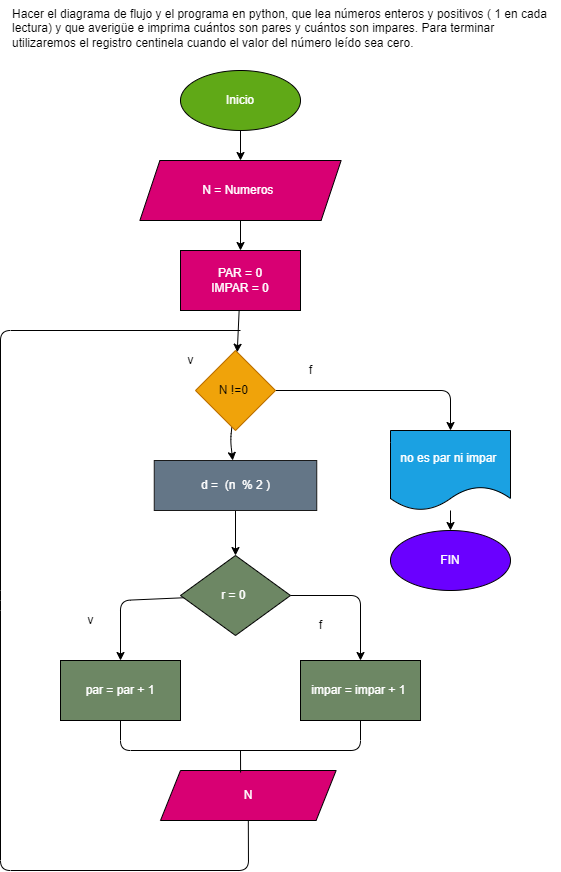
Before: Diagrama.png, a diagram exported from draw.io (n4ncy27/-Regitro_centinela_2_). Source tidied: cells renumbered, new cells last; positions are measured from the earlier drawing's top-left corner, leaving out a move shared by most shapes.
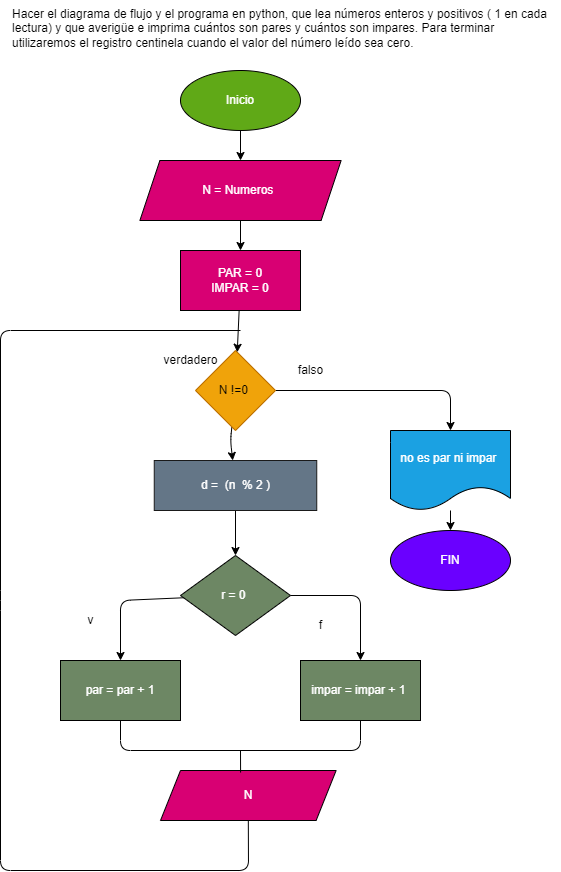
After the change.

Commit message:
EJERCICIO-PAAR_IMPAR

The edit, as a diff of the source:
```diff
@@ -87,11 +87,11 @@
     <mxCell id="24" value="f" style="text;html=1;align=center;verticalAlign=middle;strokeColor=none;fillColor=none;" parent="1" vertex="1">
       <mxGeometry x="310" y="615" width="20" height="20" as="geometry" />
     </mxCell>
-    <mxCell id="25" value="f" style="text;html=1;align=center;verticalAlign=middle;strokeColor=none;fillColor=none;" parent="1" vertex="1">
-      <mxGeometry x="300" y="360" width="20" height="20" as="geometry" />
+    <mxCell id="25" value="falso" style="text;html=1;align=center;verticalAlign=middle;strokeColor=none;fillColor=none;" parent="1" vertex="1">
+      <mxGeometry x="290" y="360" width="40" height="20" as="geometry" />
     </mxCell>
-    <mxCell id="26" value="v" style="text;html=1;align=center;verticalAlign=middle;strokeColor=none;fillColor=none;" parent="1" vertex="1">
-      <mxGeometry x="180" y="350" width="20" height="20" as="geometry" />
+    <mxCell id="26" value="verdadero" style="text;html=1;align=center;verticalAlign=middle;strokeColor=none;fillColor=none;" parent="1" vertex="1">
+      <mxGeometry x="155" y="350" width="70" height="20" as="geometry" />
     </mxCell>
     <mxCell id="27" style="endArrow=none;html=1;exitX=0.5;exitY=1;exitDx=0;exitDy=0;" parent="1" edge="1" source="23">
       <mxGeometry relative="1" as="geometry">
```
